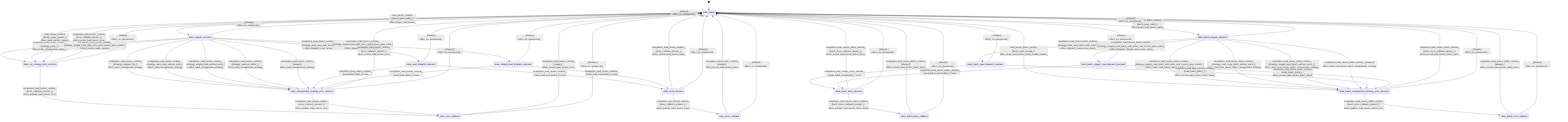
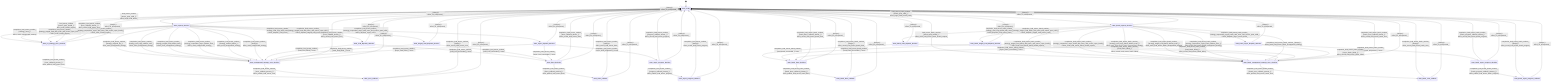
stateDiagram-v2
  direction TB
  [*] --> state_ready
  state_ready --> state_request_decision : load_tensor_runtime [tensor_span_valid_] / effect_begin_load_tensor_
  state_request_decision --> state_no_strategy_error_decision : completion_load_tensor_runtime_ [strategy_none_] / effect_mark_unsupported_strategy_
  state_request_decision --> state_unsupported_strategy_error_decision : completion_load_tensor_runtime_ [strategy_mapped_file_] / effect_mark_unsupported_strategy_
  state_request_decision --> state_read_dispatch_decision : completion_load_tensor_runtime_ [strategy_read_copy_with_actor_] / effect_dispatch_read_tensor_
  state_request_decision --> state_staged_read_dispatch_decision : completion_load_tensor_runtime_ [strategy_staged_read_with_actor_and_source_span_valid_] / effect_dispatch_staged_read_tensor_
+   state_request_decision --> state_async_dispatch_decision : completion_load_tensor_runtime_ [strategy_cooperative_async_with_actor_and_source_span_valid_] / effect_dispatch_async_tensor_
  state_request_decision --> state_no_strategy_error_decision : completion_load_tensor_runtime_ [strategy_staged_read_with_actor_and_source_span_invalid_] / effect_mark_invalid_request_
+   state_request_decision --> state_no_strategy_error_decision : completion_load_tensor_runtime_ [strategy_cooperative_async_with_actor_and_source_span_invalid_] / effect_mark_invalid_request_
  state_request_decision --> state_unsupported_strategy_error_decision : completion_load_tensor_runtime_ [strategy_read_copy_without_actor_] / effect_mark_unsupported_strategy_
  state_request_decision --> state_unsupported_strategy_error_decision : completion_load_tensor_runtime_ [strategy_staged_read_without_actor_] / effect_mark_unsupported_strategy_
+   state_request_decision --> state_unsupported_strategy_error_decision : completion_load_tensor_runtime_ [strategy_cooperative_async_without_actor_] / effect_mark_unsupported_strategy_
  state_request_decision --> state_unsupported_strategy_error_decision : completion_load_tensor_runtime_ [strategy_external_buffer_] / effect_mark_unsupported_strategy_
  state_request_decision --> state_unsupported_strategy_error_decision : completion_load_tensor_runtime_ [always] / effect_mark_unsupported_strategy_
  state_ready --> state_no_strategy_error_decision : load_tensor_runtime [tensor_span_invalid_] / effect_mark_invalid_request_
  state_read_dispatch_decision --> state_done_decision : completion_load_tensor_runtime_ [read_load_succeeded_] / none
  state_read_dispatch_decision --> state_unsupported_strategy_error_decision : completion_load_tensor_runtime_ [read_load_failed_] / none
  state_staged_read_dispatch_decision --> state_done_decision : completion_load_tensor_runtime_ [read_load_succeeded_] / none
  state_staged_read_dispatch_decision --> state_unsupported_strategy_error_decision : completion_load_tensor_runtime_ [read_load_failed_] / none
+   state_async_dispatch_decision --> state_done_decision : completion_load_tensor_runtime_ [async_load_succeeded_] / none
+   state_async_dispatch_decision --> state_async_progress_decision : completion_load_tensor_runtime_ [async_load_progressed_] / none
+   state_async_dispatch_decision --> state_unsupported_strategy_error_decision : completion_load_tensor_runtime_ [async_load_failed_] / none
+   state_async_progress_decision --> state_async_progress_callback : completion_load_tensor_runtime_ [progress_callback_present_] / effect_publish_load_tensor_progress_
+   state_async_progress_decision --> state_ready : completion_load_tensor_runtime_ [progress_callback_absent_] / effect_record_load_tensor_progress_
+   state_async_progress_callback --> state_ready : completion_load_tensor_runtime_ [always] / effect_record_load_tensor_progress_
  state_done_decision --> state_done_callback : completion_load_tensor_runtime_ [done_callback_present_] / effect_publish_load_tensor_done_
  state_done_decision --> state_ready : completion_load_tensor_runtime_ [done_callback_absent_] / effect_record_load_tensor_done_
  state_done_callback --> state_ready : completion_load_tensor_runtime_ [always] / effect_record_load_tensor_done_
  state_no_strategy_error_decision --> state_error_callback : completion_load_tensor_runtime_ [error_callback_present_] / effect_publish_load_tensor_error_
  state_no_strategy_error_decision --> state_ready : completion_load_tensor_runtime_ [error_callback_absent_] / effect_record_load_tensor_error_
  state_unsupported_strategy_error_decision --> state_error_callback : completion_load_tensor_runtime_ [error_callback_present_] / effect_publish_load_tensor_error_
  state_unsupported_strategy_error_decision --> state_ready : completion_load_tensor_runtime_ [error_callback_absent_] / effect_record_load_tensor_error_
  state_error_callback --> state_ready : completion_load_tensor_runtime_ [always] / effect_record_load_tensor_error_
  state_ready --> state_batch_request_decision : load_tensor_batch_runtime [batch_span_valid_] / effect_begin_load_tensor_batch_
  state_ready --> state_batch_unsupported_strategy_error_decision : load_tensor_batch_runtime [batch_span_invalid_] / effect_mark_load_tensor_batch_invalid_request_
  state_batch_request_decision --> state_batch_read_dispatch_decision : completion_load_tensor_batch_runtime_ [strategy_read_copy_batch_with_actor_] / effect_dispatch_read_tensor_batch_
  state_batch_request_decision --> state_batch_staged_read_dispatch_decision : completion_load_tensor_batch_runtime_ [strategy_staged_read_batch_with_actor_and_source_span_valid_] / effect_dispatch_staged_read_tensor_batch_
+   state_batch_request_decision --> state_batch_async_dispatch_decision : completion_load_tensor_batch_runtime_ [strategy_cooperative_async_batch_with_actor_and_source_span_valid_] / effect_dispatch_async_tensor_batch_
  state_batch_request_decision --> state_batch_unsupported_strategy_error_decision : completion_load_tensor_batch_runtime_ [strategy_staged_read_batch_with_actor_and_source_span_invalid_] / effect_mark_load_tensor_batch_invalid_request_
+   state_batch_request_decision --> state_batch_unsupported_strategy_error_decision : completion_load_tensor_batch_runtime_ [strategy_cooperative_async_batch_with_actor_and_source_span_invalid_] / effect_mark_load_tensor_batch_invalid_request_
  state_batch_request_decision --> state_batch_unsupported_strategy_error_decision : completion_load_tensor_batch_runtime_ [strategy_read_copy_batch_without_actor_] / effect_mark_load_tensor_batch_unsupported_strategy_
  state_batch_request_decision --> state_batch_unsupported_strategy_error_decision : completion_load_tensor_batch_runtime_ [strategy_staged_read_batch_without_actor_] / effect_mark_load_tensor_batch_unsupported_strategy_
+   state_batch_request_decision --> state_batch_unsupported_strategy_error_decision : completion_load_tensor_batch_runtime_ [strategy_cooperative_async_batch_without_actor_] / effect_mark_load_tensor_batch_unsupported_strategy_
  state_batch_request_decision --> state_batch_unsupported_strategy_error_decision : completion_load_tensor_batch_runtime_ [always] / effect_mark_load_tensor_batch_unsupported_strategy_
  state_batch_read_dispatch_decision --> state_batch_done_decision : completion_load_tensor_batch_runtime_ [read_batch_succeeded_] / none
  state_batch_read_dispatch_decision --> state_batch_unsupported_strategy_error_decision : completion_load_tensor_batch_runtime_ [read_batch_failed_] / effect_record_read_tensor_batch_failed_
  state_batch_staged_read_dispatch_decision --> state_batch_done_decision : completion_load_tensor_batch_runtime_ [read_batch_succeeded_] / none
  state_batch_staged_read_dispatch_decision --> state_batch_unsupported_strategy_error_decision : completion_load_tensor_batch_runtime_ [read_batch_failed_] / effect_record_read_tensor_batch_failed_
+   state_batch_async_dispatch_decision --> state_batch_done_decision : completion_load_tensor_batch_runtime_ [async_batch_succeeded_] / none
+   state_batch_async_dispatch_decision --> state_batch_async_progress_decision : completion_load_tensor_batch_runtime_ [async_batch_progressed_] / none
+   state_batch_async_dispatch_decision --> state_batch_unsupported_strategy_error_decision : completion_load_tensor_batch_runtime_ [async_batch_failed_] / effect_record_read_tensor_batch_failed_
+   state_batch_async_progress_decision --> state_batch_async_progress_callback : completion_load_tensor_batch_runtime_ [batch_progress_callback_present_] / effect_publish_load_tensor_batch_progress_
+   state_batch_async_progress_decision --> state_ready : completion_load_tensor_batch_runtime_ [batch_progress_callback_absent_] / effect_record_load_tensor_batch_progress_
+   state_batch_async_progress_callback --> state_ready : completion_load_tensor_batch_runtime_ [always] / effect_record_load_tensor_batch_progress_
  state_batch_done_decision --> state_batch_done_callback : completion_load_tensor_batch_runtime_ [batch_done_callback_present_] / effect_publish_load_tensor_batch_done_
  state_batch_done_decision --> state_ready : completion_load_tensor_batch_runtime_ [batch_done_callback_absent_] / effect_record_load_tensor_batch_done_
  state_batch_done_callback --> state_ready : completion_load_tensor_batch_runtime_ [always] / effect_record_load_tensor_batch_done_
  state_batch_unsupported_strategy_error_decision --> state_batch_error_callback : completion_load_tensor_batch_runtime_ [batch_error_callback_present_] / effect_publish_load_tensor_batch_error_
  state_batch_unsupported_strategy_error_decision --> state_ready : completion_load_tensor_batch_runtime_ [batch_error_callback_absent_] / effect_record_load_tensor_batch_error_
  state_batch_error_callback --> state_ready : completion_load_tensor_batch_runtime_ [always] / effect_record_load_tensor_batch_error_
  state_ready --> state_ready : _ [always] / effect_on_unexpected_
  state_request_decision --> state_ready : _ [always] / effect_on_unexpected_
  state_no_strategy_error_decision --> state_ready : _ [always] / effect_on_unexpected_
  state_unsupported_strategy_error_decision --> state_ready : _ [always] / effect_on_unexpected_
  state_error_callback --> state_ready : _ [always] / effect_on_unexpected_
  state_read_dispatch_decision --> state_ready : _ [always] / effect_on_unexpected_
  state_staged_read_dispatch_decision --> state_ready : _ [always] / effect_on_unexpected_
+   state_async_dispatch_decision --> state_ready : _ [always] / effect_on_unexpected_
+   state_async_progress_decision --> state_ready : _ [always] / effect_on_unexpected_
+   state_async_progress_callback --> state_ready : _ [always] / effect_on_unexpected_
  state_done_decision --> state_ready : _ [always] / effect_on_unexpected_
  state_done_callback --> state_ready : _ [always] / effect_on_unexpected_
  state_batch_request_decision --> state_ready : _ [always] / effect_on_unexpected_
  state_batch_unsupported_strategy_error_decision --> state_ready : _ [always] / effect_on_unexpected_
  state_batch_error_callback --> state_ready : _ [always] / effect_on_unexpected_
  state_batch_read_dispatch_decision --> state_ready : _ [always] / effect_on_unexpected_
  state_batch_staged_read_dispatch_decision --> state_ready : _ [always] / effect_on_unexpected_
+   state_batch_async_dispatch_decision --> state_ready : _ [always] / effect_on_unexpected_
+   state_batch_async_progress_decision --> state_ready : _ [always] / effect_on_unexpected_
+   state_batch_async_progress_callback --> state_ready : _ [always] / effect_on_unexpected_
  state_batch_done_decision --> state_ready : _ [always] / effect_on_unexpected_
  state_batch_done_callback --> state_ready : _ [always] / effect_on_unexpected_
